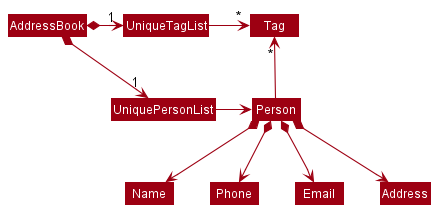
Above: docs/images/BetterModelClassDiagram.png in nus-cs2103-AY2223S2/tp (PlantUML), before the change.
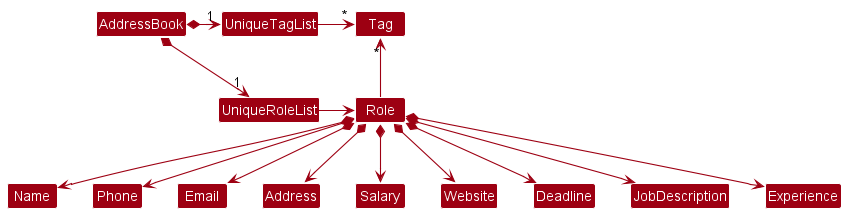
Later version of the same file.

Commit message:
Edit DG Model component

The edit, as a diff of the source:
```diff
@@ -4,18 +4,23 @@
 skinparam arrowColor MODEL_COLOR
 skinparam classBackgroundColor MODEL_COLOR
 
-AddressBook *-right-> "1" UniquePersonList
+AddressBook *-right-> "1" UniqueRoleList
 AddressBook *-right-> "1" UniqueTagList
-UniqueTagList -[hidden]down- UniquePersonList
-UniqueTagList -[hidden]down- UniquePersonList
+UniqueTagList -[hidden]down- UniqueRoleList
+UniqueTagList -[hidden]down- UniqueRoleList
 
 UniqueTagList -right-> "*" Tag
-UniquePersonList -right-> Person
+UniqueRoleList -right-> Role
 
-Person -up-> "*" Tag
+Role -up-> "*" Tag
 
-Person *--> Name
-Person *--> Phone
-Person *--> Email
-Person *--> Address
+Role *--> Name
+Role *--> Phone
+Role *--> Email
+Role *--> Address
+Role *--> Salary
+Role *--> Website
+Role *--> Deadline
+Role *--> JobDescription
+Role *--> Experience
 @enduml
```
